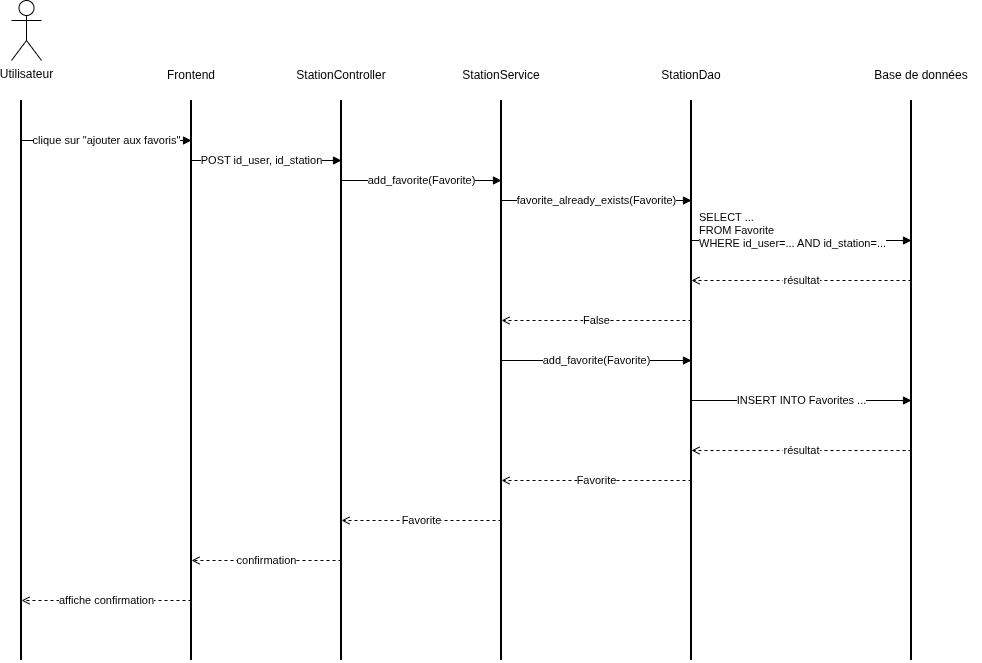
Above: doc/rapport final/img/diag_sequence.png in Eddboy-ensai/ensai-it-project-2a-team14 (draw.io), before the change. Source tidied: cells renumbered, new cells last; positions are measured from the earlier drawing's top-left corner, leaving out a move shared by most shapes.
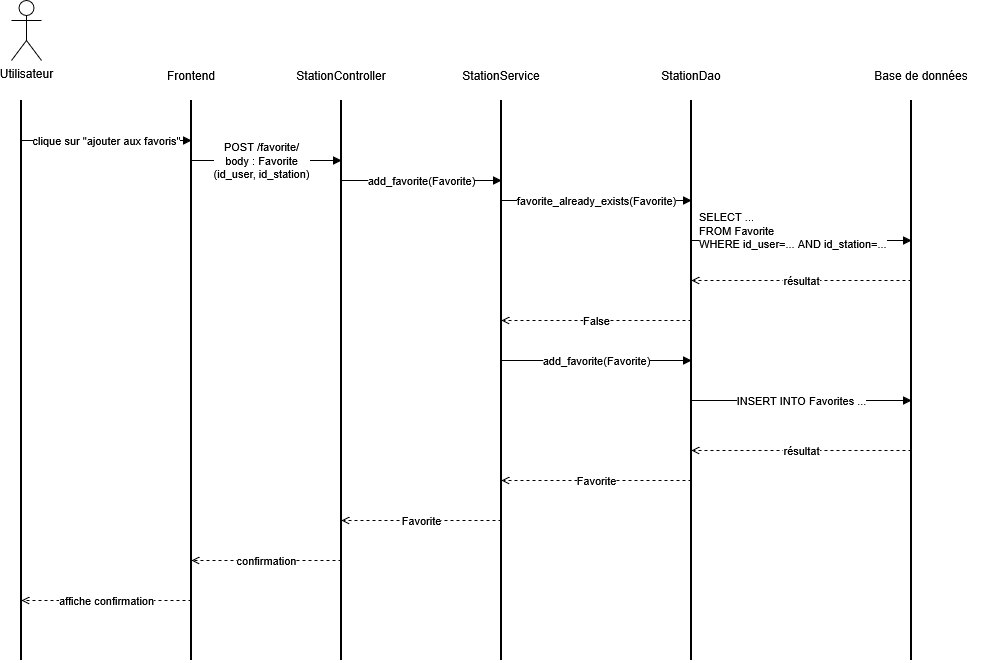
Above is the later version.

What changed in the source:
```diff
@@ -2,60 +2,60 @@
   <root>
     <mxCell id="0" />
     <mxCell id="1" parent="0" />
-    <mxCell id="2" style="endArrow=none;html=1;strokeWidth=2;" parent="1" edge="1">
-      <mxGeometry relative="1" as="geometry">
-        <mxPoint x="10" y="100" as="sourcePoint" />
-        <mxPoint x="10" y="660" as="targetPoint" />
-      </mxGeometry>
-    </mxCell>
-    <mxCell id="3" style="endArrow=none;html=1;strokeWidth=2;" parent="1" edge="1">
-      <mxGeometry relative="1" as="geometry">
-        <mxPoint x="180" y="100" as="sourcePoint" />
-        <mxPoint x="180" y="660" as="targetPoint" />
-      </mxGeometry>
-    </mxCell>
-    <mxCell id="4" style="endArrow=none;html=1;strokeWidth=2;" parent="1" edge="1">
-      <mxGeometry relative="1" as="geometry">
-        <mxPoint x="330" y="100" as="sourcePoint" />
-        <mxPoint x="330" y="660" as="targetPoint" />
-      </mxGeometry>
-    </mxCell>
-    <mxCell id="5" style="endArrow=none;html=1;strokeWidth=2;" parent="1" edge="1">
-      <mxGeometry relative="1" as="geometry">
-        <mxPoint x="490" y="100" as="sourcePoint" />
-        <mxPoint x="490" y="660" as="targetPoint" />
-      </mxGeometry>
-    </mxCell>
-    <mxCell id="6" style="endArrow=none;html=1;strokeWidth=2;" parent="1" edge="1">
-      <mxGeometry relative="1" as="geometry">
-        <mxPoint x="680" y="100" as="sourcePoint" />
-        <mxPoint x="680" y="660" as="targetPoint" />
-      </mxGeometry>
-    </mxCell>
-    <mxCell id="7" style="endArrow=none;html=1;strokeWidth=2;" parent="1" edge="1">
-      <mxGeometry relative="1" as="geometry">
-        <mxPoint x="900" y="100" as="sourcePoint" />
-        <mxPoint x="900" y="660" as="targetPoint" />
-      </mxGeometry>
-    </mxCell>
+    <mxCell id="28" style="endArrow=none;html=1;strokeWidth=2;" parent="1" edge="1">
+      <mxGeometry relative="1" as="geometry">
+        <mxPoint x="10" y="100" as="sourcePoint" />
+        <mxPoint x="10" y="660" as="targetPoint" />
+      </mxGeometry>
+    </mxCell>
+    <mxCell id="29" style="endArrow=none;html=1;strokeWidth=2;" parent="1" edge="1">
+      <mxGeometry relative="1" as="geometry">
+        <mxPoint x="180" y="100" as="sourcePoint" />
+        <mxPoint x="180" y="660" as="targetPoint" />
+      </mxGeometry>
+    </mxCell>
+    <mxCell id="30" style="endArrow=none;html=1;strokeWidth=2;" parent="1" edge="1">
+      <mxGeometry relative="1" as="geometry">
+        <mxPoint x="330" y="100" as="sourcePoint" />
+        <mxPoint x="330" y="660" as="targetPoint" />
+      </mxGeometry>
+    </mxCell>
+    <mxCell id="31" style="endArrow=none;html=1;strokeWidth=2;" parent="1" edge="1">
+      <mxGeometry relative="1" as="geometry">
+        <mxPoint x="490" y="100" as="sourcePoint" />
+        <mxPoint x="490" y="660" as="targetPoint" />
+      </mxGeometry>
+    </mxCell>
+    <mxCell id="32" style="endArrow=none;html=1;strokeWidth=2;" parent="1" edge="1">
+      <mxGeometry relative="1" as="geometry">
+        <mxPoint x="680" y="100" as="sourcePoint" />
+        <mxPoint x="680" y="660" as="targetPoint" />
+      </mxGeometry>
+    </mxCell>
+    <mxCell id="33" style="endArrow=none;html=1;strokeWidth=2;" parent="1" edge="1">
+      <mxGeometry relative="1" as="geometry">
+        <mxPoint x="900" y="100" as="sourcePoint" />
+        <mxPoint x="900" y="660" as="targetPoint" />
+      </mxGeometry>
+    </mxCell>
     <mxCell id="8" value="clique sur &quot;ajouter aux favoris&quot;" style="endArrow=block;html=1;fontSize=11;" parent="1" edge="1">
       <mxGeometry relative="1" as="geometry">
         <mxPoint x="10" y="140" as="sourcePoint" />
         <mxPoint x="180" y="140" as="targetPoint" />
       </mxGeometry>
     </mxCell>
-    <mxCell id="9" value="POST id_user, id_station" style="endArrow=block;html=1;fontSize=11;" parent="1" edge="1">
-      <mxGeometry x="-0.07" relative="1" as="geometry">
-        <mxPoint x="180" y="160" as="sourcePoint" />
-        <mxPoint x="330" y="160" as="targetPoint" />
-      </mxGeometry>
-    </mxCell>
-    <mxCell id="10" value="add_favorite(Favorite)" style="endArrow=block;html=1;fontSize=11;" parent="1" edge="1">
-      <mxGeometry relative="1" as="geometry">
-        <mxPoint x="330" y="180" as="sourcePoint" />
-        <mxPoint x="490" y="180" as="targetPoint" />
-      </mxGeometry>
-    </mxCell>
+    <mxCell id="34" value="&lt;div&gt;POST /favorite/&lt;/div&gt;&lt;div&gt;body : Favorite&lt;/div&gt;&lt;div&gt;(id_user, id_station)&lt;/div&gt;" style="endArrow=block;html=1;fontSize=11;" parent="1" edge="1">
+      <mxGeometry x="-0.07" relative="1" as="geometry">
+        <mxPoint x="180" y="160" as="sourcePoint" />
+        <mxPoint x="330" y="160" as="targetPoint" />
+      </mxGeometry>
+    </mxCell>
+    <mxCell id="35" value="add_favorite(Favorite)" style="endArrow=block;html=1;fontSize=11;" parent="1" edge="1">
+      <mxGeometry relative="1" as="geometry">
+        <mxPoint x="330" y="180" as="sourcePoint" />
+        <mxPoint x="490" y="180" as="targetPoint" />
+      </mxGeometry>
+    </mxCell>
     <mxCell id="11" value="favorite_already_exists(Favorite)" style="endArrow=block;html=1;fontSize=11;" parent="1" edge="1">
       <mxGeometry relative="1" as="geometry">
         <mxPoint x="490" y="200" as="sourcePoint" />
@@ -68,48 +68,48 @@
         <mxPoint x="900" y="240" as="targetPoint" />
       </mxGeometry>
     </mxCell>
-    <mxCell id="13" value="résultat" style="endArrow=open;dashed=1;html=1;fontSize=11;" parent="1" edge="1">
-      <mxGeometry relative="1" as="geometry">
-        <mxPoint x="900" y="280" as="sourcePoint" />
-        <mxPoint x="680" y="280" as="targetPoint" />
-      </mxGeometry>
-    </mxCell>
+    <mxCell id="36" value="résultat" style="endArrow=open;dashed=1;html=1;fontSize=11;" parent="1" edge="1">
+      <mxGeometry relative="1" as="geometry">
+        <mxPoint x="900" y="280" as="sourcePoint" />
+        <mxPoint x="680" y="280" as="targetPoint" />
+      </mxGeometry>
+    </mxCell>
     <mxCell id="14" value="False" style="endArrow=open;dashed=1;html=1;fontSize=11;" parent="1" edge="1">
       <mxGeometry relative="1" as="geometry">
         <mxPoint x="680" y="320" as="sourcePoint" />
         <mxPoint x="490" y="320" as="targetPoint" />
       </mxGeometry>
     </mxCell>
-    <mxCell id="15" value="add_favorite(Favorite)" style="endArrow=block;html=1;fontSize=11;" parent="1" edge="1">
-      <mxGeometry relative="1" as="geometry">
-        <mxPoint x="490" y="360" as="sourcePoint" />
-        <mxPoint x="680" y="360" as="targetPoint" />
-      </mxGeometry>
-    </mxCell>
+    <mxCell id="37" value="add_favorite(Favorite)" style="endArrow=block;html=1;fontSize=11;" parent="1" edge="1">
+      <mxGeometry relative="1" as="geometry">
+        <mxPoint x="490" y="360" as="sourcePoint" />
+        <mxPoint x="680" y="360" as="targetPoint" />
+      </mxGeometry>
+    </mxCell>
     <mxCell id="16" value="INSERT INTO Favorites ..." style="endArrow=block;html=1;fontSize=11;" parent="1" edge="1">
       <mxGeometry relative="1" as="geometry">
         <mxPoint x="680" y="400" as="sourcePoint" />
         <mxPoint x="900" y="400" as="targetPoint" />
       </mxGeometry>
     </mxCell>
-    <mxCell id="17" value="résultat" style="endArrow=open;dashed=1;html=1;fontSize=11;" parent="1" edge="1">
-      <mxGeometry relative="1" as="geometry">
-        <mxPoint x="900" y="450" as="sourcePoint" />
-        <mxPoint x="680" y="450" as="targetPoint" />
-      </mxGeometry>
-    </mxCell>
-    <mxCell id="18" value="Favorite" style="endArrow=open;dashed=1;html=1;fontSize=11;" parent="1" edge="1">
-      <mxGeometry relative="1" as="geometry">
-        <mxPoint x="680" y="480" as="sourcePoint" />
-        <mxPoint x="490" y="480" as="targetPoint" />
-      </mxGeometry>
-    </mxCell>
-    <mxCell id="19" value="Favorite" style="endArrow=open;dashed=1;html=1;fontSize=11;" parent="1" edge="1">
-      <mxGeometry relative="1" as="geometry">
-        <mxPoint x="490" y="520" as="sourcePoint" />
-        <mxPoint x="330" y="520" as="targetPoint" />
-      </mxGeometry>
-    </mxCell>
+    <mxCell id="38" value="résultat" style="endArrow=open;dashed=1;html=1;fontSize=11;" parent="1" edge="1">
+      <mxGeometry relative="1" as="geometry">
+        <mxPoint x="900" y="450" as="sourcePoint" />
+        <mxPoint x="680" y="450" as="targetPoint" />
+      </mxGeometry>
+    </mxCell>
+    <mxCell id="39" value="Favorite" style="endArrow=open;dashed=1;html=1;fontSize=11;" parent="1" edge="1">
+      <mxGeometry relative="1" as="geometry">
+        <mxPoint x="680" y="480" as="sourcePoint" />
+        <mxPoint x="490" y="480" as="targetPoint" />
+      </mxGeometry>
+    </mxCell>
+    <mxCell id="40" value="Favorite" style="endArrow=open;dashed=1;html=1;fontSize=11;" parent="1" edge="1">
+      <mxGeometry relative="1" as="geometry">
+        <mxPoint x="490" y="520" as="sourcePoint" />
+        <mxPoint x="330" y="520" as="targetPoint" />
+      </mxGeometry>
+    </mxCell>
     <mxCell id="20" value="confirmation" style="endArrow=open;dashed=1;html=1;fontSize=11;" parent="1" edge="1">
       <mxGeometry relative="1" as="geometry">
         <mxPoint x="330" y="560" as="sourcePoint" />
```
